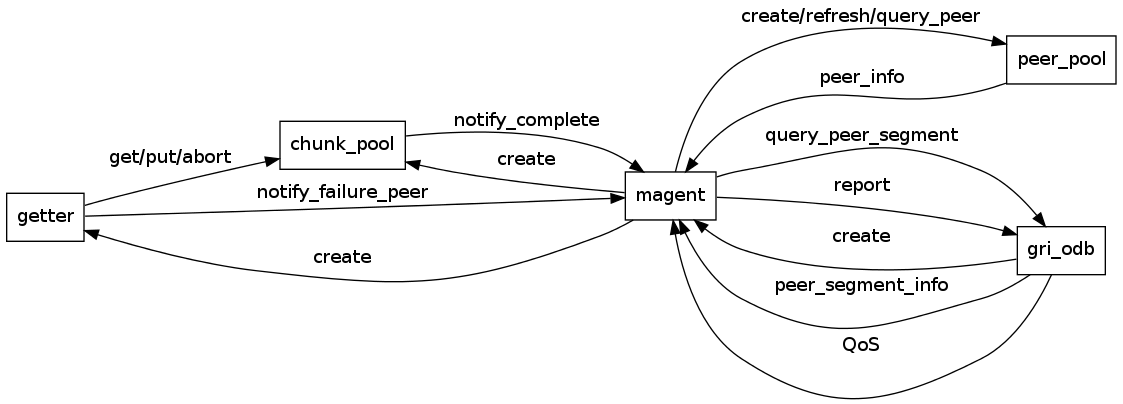
yangacer/magent keeps this Graphviz diagram as doc/arch.png. Above is the earlier version. Its source is kept beside it as doc/arch.dot.
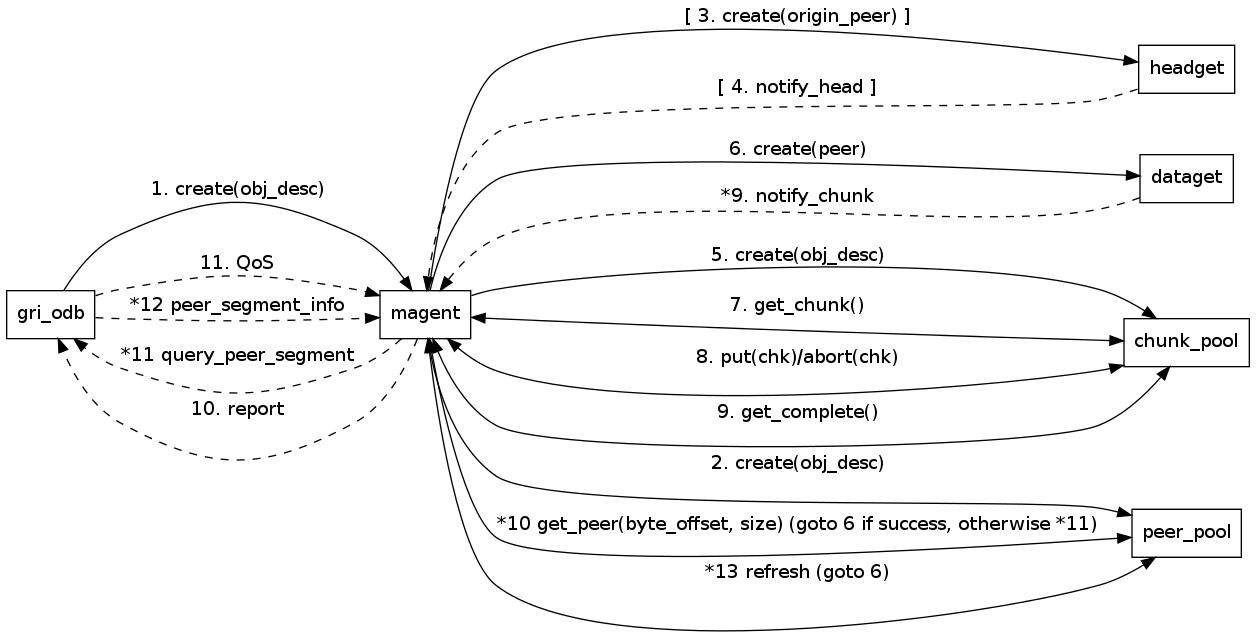
Later version of the same file.

Commit message:
Add tube specific head getter.

What changed in the source:
```diff
@@ -3,20 +3,23 @@
   overlap=false
   fontsize=12
 
-  node [ shape=box ]; getter; chunk_pool; peer_pool; magent; gri_odb;
-  gri_odb   -> magent     [ label="create" ];
-  magent    -> getter     [ label="create" ];
-  magent    -> chunk_pool [ label="create" ];
-  chunk_pool-> magent     [ label="notify_complete" ];
-  magent    -> peer_pool  [ label="create/refresh/query_peer" ];
-  peer_pool -> magent     [ label="peer_info" ];
-  getter    -> chunk_pool [ label="get/put/abort" ];
-  getter    -> magent     [ label="notify_failure_peer" ];
+  node [ shape=box ]; gri_odb; magent; headget; dataget; chunk_pool; peer_pool;
+  gri_odb   -> magent     [ label="1. create(obj_desc)" ];
+  magent    -> peer_pool  [ label="2. create(obj_desc)" ];
+  magent    -> headget    [ label="[ 3. create(origin_peer) ]" ];
+  headget   -> magent     [ label="[ 4. notify_head ]", style="dashed" ];
+  magent    -> chunk_pool [ label="5. create(obj_desc)" ];
+  magent    -> dataget    [ label="6. create(peer)" ];
+  magent    -> chunk_pool [ label="7. get_chunk()", dir="both" ];
+  magent    -> chunk_pool [ label="8. put(chk)/abort(chk)", dir="both" ];
+  chunk_pool-> magent     [ label="9. get_complete()", dir="both" ];
+  magent    -> gri_odb    [ label="10. report", style="dashed" ];
+  gri_odb   -> magent     [ label="11. QoS", style="dashed" ];
 
+  dataget   -> magent     [ label="*9. notify_chunk", style="dashed" ];
+  magent    -> peer_pool  [ label="*10 get_peer(byte_offset, size) (goto 6 if success, otherwise *11)", dir="both" ];
 
-  magent    -> gri_odb    [ label="report" ];
-  gri_odb   -> magent     [ label="QoS" ];
-
-  magent    -> gri_odb    [ label="query_peer_segment" ];
-  gri_odb   -> magent     [ label="peer_segment_info" ];
+  magent    -> gri_odb    [ label="*11 query_peer_segment", style="dashed" ];
+  gri_odb   -> magent     [ label="*12 peer_segment_info", style="dashed" ];
+  magent    -> peer_pool  [ label="*13 refresh (goto 6)", dir="both" ];
 }
```
